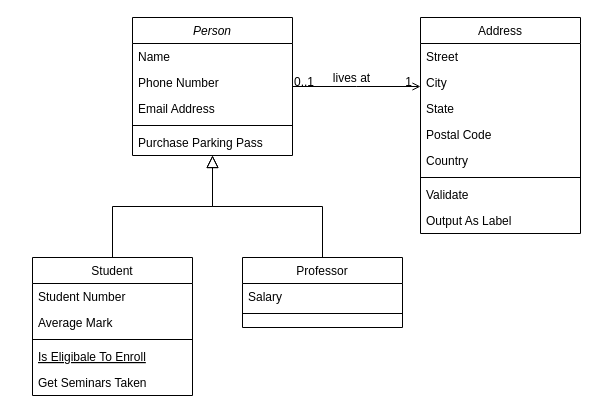
This is vehicle-class.drawio from rahimi/software-engineering, a draw.io file, before an edit. Source tidied: cells renumbered, new cells numbered last; positions are measured from the earlier drawing's top-left corner, leaving out a move shared by most shapes. Both pictures are drawn from the tidied source at 100%, with x=0, y=0 at pixel (32, 17).
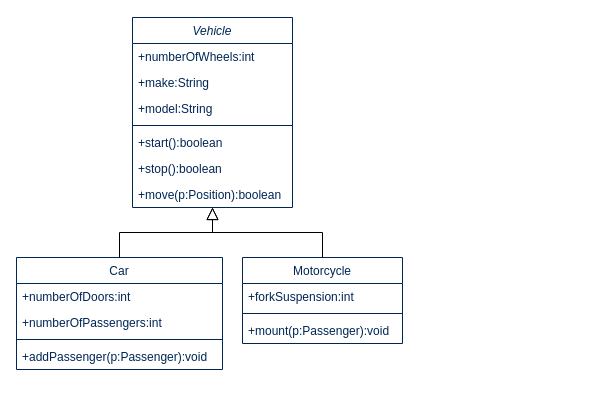
After the change.

Change to the diagram source:
```diff
@@
-    <mxCell id="2" value="Person" style="swimlane;fontStyle=2;align=center;verticalAlign=top;horizontal=1;startSize=26;rounded=0;shadow=0;strokeWidth=1;" parent="1" vertex="1">
-      <mxGeometry x="100" width="160" height="138" as="geometry" />
+    <mxCell id="2" value="Vehicle" style="swimlane;fontStyle=2;align=center;verticalAlign=top;horizontal=1;startSize=26;rounded=0;shadow=0;strokeWidth=1;fontFamily=TitilliumText25L;fontColor=#012656;strokeColor=#012656;" parent="1" vertex="1">
+      <mxGeometry x="100" width="160" height="190" as="geometry" />
     </mxCell>
-    <mxCell id="3" value="Name" style="text;align=left;verticalAlign=top;spacingLeft=4;spacingRight=4;overflow=hidden;" parent="2" vertex="1">
+    <mxCell id="3" value="+numberOfWheels:int" style="text;align=left;verticalAlign=top;spacingLeft=4;spacingRight=4;overflow=hidden;fontFamily=TitilliumText25L;fontColor=#012656;" parent="2" vertex="1">
       <mxGeometry y="26" width="160" height="26" as="geometry" />
     </mxCell>
-    <mxCell id="4" value="Phone Number" style="text;align=left;verticalAlign=top;spacingLeft=4;spacingRight=4;overflow=hidden;rounded=0;shadow=0;html=0;" parent="2" vertex="1">
+    <mxCell id="4" value="+make:String" style="text;align=left;verticalAlign=top;spacingLeft=4;spacingRight=4;overflow=hidden;rounded=0;shadow=0;html=0;fontFamily=TitilliumText25L;fontColor=#012656;" parent="2" vertex="1">
       <mxGeometry y="52" width="160" height="26" as="geometry" />
     </mxCell>
-    <mxCell id="5" value="Email Address" style="text;align=left;verticalAlign=top;spacingLeft=4;spacingRight=4;overflow=hidden;rounded=0;shadow=0;html=0;" parent="2" vertex="1">
+    <mxCell id="5" value="+model:String" style="text;align=left;verticalAlign=top;spacingLeft=4;spacingRight=4;overflow=hidden;rounded=0;shadow=0;html=0;fontFamily=TitilliumText25L;fontColor=#012656;" parent="2" vertex="1">
       <mxGeometry y="78" width="160" height="26" as="geometry" />
     </mxCell>
-    <mxCell id="6" style="line;html=1;strokeWidth=1;align=left;verticalAlign=middle;spacingTop=-1;spacingLeft=3;spacingRight=3;labelPosition=right;" parent="2" vertex="1">
+    <mxCell id="6" style="line;html=1;strokeWidth=1;align=left;verticalAlign=middle;spacingTop=-1;spacingLeft=3;spacingRight=3;labelPosition=right;fontFamily=TitilliumText25L;fontColor=#012656;strokeColor=#012656;" parent="2" vertex="1">
       <mxGeometry y="104" width="160" height="8" as="geometry" />
     </mxCell>
-    <mxCell id="7" value="Purchase Parking Pass" style="text;align=left;verticalAlign=top;spacingLeft=4;spacingRight=4;overflow=hidden;" parent="2" vertex="1">
+    <mxCell id="7" value="+start():boolean" style="text;align=left;verticalAlign=top;spacingLeft=4;spacingRight=4;overflow=hidden;fontFamily=TitilliumText25L;fontColor=#012656;" parent="2" vertex="1">
       <mxGeometry y="112" width="160" height="26" as="geometry" />
     </mxCell>
+    <mxCell id="32" value="+stop():boolean" style="text;align=left;verticalAlign=top;spacingLeft=4;spacingRight=4;overflow=hidden;fontFamily=TitilliumText25L;fontColor=#012656;" parent="2" vertex="1">
+      <mxGeometry y="138" width="160" height="26" as="geometry" />
+    </mxCell>
+    <mxCell id="33" value="+move(p:Position):boolean" style="text;align=left;verticalAlign=top;spacingLeft=4;spacingRight=4;overflow=hidden;fontFamily=TitilliumText25L;fontColor=#012656;" parent="2" vertex="1">
+      <mxGeometry y="164" width="160" height="26" as="geometry" />
+    </mxCell>
-    <mxCell id="8" value="Student" style="swimlane;fontStyle=0;align=center;verticalAlign=top;horizontal=1;startSize=26;rounded=0;shadow=0;strokeWidth=1;" parent="1" vertex="1">
-      <mxGeometry y="240" width="160" height="138" as="geometry" />
+    <mxCell id="8" value="Car" style="swimlane;fontStyle=0;align=center;verticalAlign=top;horizontal=1;startSize=26;rounded=0;shadow=0;strokeWidth=1;fontFamily=TitilliumText25L;fontColor=#012656;strokeColor=#012656;" parent="1" vertex="1">
+      <mxGeometry x="-16" y="240" width="206" height="112" as="geometry" />
     </mxCell>
-    <mxCell id="9" value="Student Number" style="text;align=left;verticalAlign=top;spacingLeft=4;spacingRight=4;overflow=hidden;" parent="8" vertex="1">
-      <mxGeometry y="26" width="160" height="26" as="geometry" />
+    <mxCell id="9" value="+numberOfDoors:int" style="text;align=left;verticalAlign=top;spacingLeft=4;spacingRight=4;overflow=hidden;fontFamily=TitilliumText25L;fontColor=#012656;" parent="8" vertex="1">
+      <mxGeometry y="26" width="206" height="26" as="geometry" />
     </mxCell>
-    <mxCell id="10" value="Average Mark" style="text;align=left;verticalAlign=top;spacingLeft=4;spacingRight=4;overflow=hidden;rounded=0;shadow=0;html=0;" parent="8" vertex="1">
-      <mxGeometry y="52" width="160" height="26" as="geometry" />
+    <mxCell id="10" value="+numberOfPassengers:int" style="text;align=left;verticalAlign=top;spacingLeft=4;spacingRight=4;overflow=hidden;rounded=0;shadow=0;html=0;fontFamily=TitilliumText25L;fontColor=#012656;" parent="8" vertex="1">
+      <mxGeometry y="52" width="206" height="26" as="geometry" />
     </mxCell>
-    <mxCell id="11" style="line;html=1;strokeWidth=1;align=left;verticalAlign=middle;spacingTop=-1;spacingLeft=3;spacingRight=3;labelPosition=right;" parent="8" vertex="1">
-      <mxGeometry y="78" width="160" height="8" as="geometry" />
+    <mxCell id="11" style="line;html=1;strokeWidth=1;align=left;verticalAlign=middle;spacingTop=-1;spacingLeft=3;spacingRight=3;labelPosition=right;fontFamily=TitilliumText25L;fontColor=#012656;strokeColor=#012656;" parent="8" vertex="1">
+      <mxGeometry y="78" width="206" height="8" as="geometry" />
     </mxCell>
-    <mxCell id="12" value="Is Eligibale To Enroll" style="text;align=left;verticalAlign=top;spacingLeft=4;spacingRight=4;overflow=hidden;fontStyle=4;" parent="8" vertex="1">
-      <mxGeometry y="86" width="160" height="26" as="geometry" />
-    </mxCell>
-    <mxCell id="13" value="Get Seminars Taken" style="text;align=left;verticalAlign=top;spacingLeft=4;spacingRight=4;overflow=hidden;" parent="8" vertex="1">
-      <mxGeometry y="112" width="160" height="26" as="geometry" />
+    <mxCell id="13" value="+addPassenger(p:Passenger):void" style="text;align=left;verticalAlign=top;spacingLeft=4;spacingRight=4;overflow=hidden;fontFamily=TitilliumText25L;fontColor=#012656;" parent="8" vertex="1">
+      <mxGeometry y="86" width="206" height="26" as="geometry" />
     </mxCell>
-    <mxCell id="14" style="endArrow=block;endSize=10;endFill=0;shadow=0;strokeWidth=1;rounded=0;edgeStyle=elbowEdgeStyle;elbow=vertical;" parent="1" edge="1" source="8" target="2">
+    <mxCell id="14" style="endArrow=block;endSize=10;endFill=0;shadow=0;strokeWidth=1;rounded=0;edgeStyle=elbowEdgeStyle;elbow=vertical;fontFamily=TitilliumText25L;fontColor=#012656;" parent="1" edge="1" source="8" target="2">
       <mxGeometry relative="1" as="geometry" />
     </mxCell>
-    <mxCell id="15" value="Professor" style="swimlane;fontStyle=0;align=center;verticalAlign=top;horizontal=1;startSize=26;rounded=0;shadow=0;strokeWidth=1;" parent="1" vertex="1">
-      <mxGeometry x="210" y="240" width="160" height="70" as="geometry" />
+    <mxCell id="15" value="Motorcycle" style="swimlane;fontStyle=0;align=center;verticalAlign=top;horizontal=1;startSize=26;rounded=0;shadow=0;strokeWidth=1;fontFamily=TitilliumText25L;fontColor=#012656;strokeColor=#012656;" parent="1" vertex="1">
+      <mxGeometry x="210" y="240" width="160" height="86" as="geometry" />
     </mxCell>
-    <mxCell id="16" value="Salary" style="text;align=left;verticalAlign=top;spacingLeft=4;spacingRight=4;overflow=hidden;" parent="15" vertex="1">
+    <mxCell id="16" value="+forkSuspension:int" style="text;align=left;verticalAlign=top;spacingLeft=4;spacingRight=4;overflow=hidden;fontFamily=TitilliumText25L;fontColor=#012656;" parent="15" vertex="1">
       <mxGeometry y="26" width="160" height="26" as="geometry" />
     </mxCell>
-    <mxCell id="17" style="line;html=1;strokeWidth=1;align=left;verticalAlign=middle;spacingTop=-1;spacingLeft=3;spacingRight=3;labelPosition=right;" parent="15" vertex="1">
+    <mxCell id="17" style="line;html=1;strokeWidth=1;align=left;verticalAlign=middle;spacingTop=-1;spacingLeft=3;spacingRight=3;labelPosition=right;fontFamily=TitilliumText25L;fontColor=#012656;strokeColor=#012656;" parent="15" vertex="1">
       <mxGeometry y="52" width="160" height="8" as="geometry" />
     </mxCell>
+    <mxCell id="34" value="+mount(p:Passenger):void" style="text;align=left;verticalAlign=top;spacingLeft=4;spacingRight=4;overflow=hidden;fontFamily=TitilliumText25L;fontColor=#012656;" parent="15" vertex="1">
+      <mxGeometry y="60" width="160" height="26" as="geometry" />
+    </mxCell>
-    <mxCell id="18" style="endArrow=block;endSize=10;endFill=0;shadow=0;strokeWidth=1;rounded=0;edgeStyle=elbowEdgeStyle;elbow=vertical;" parent="1" edge="1" source="15" target="2">
+    <mxCell id="18" style="endArrow=block;endSize=10;endFill=0;shadow=0;strokeWidth=1;rounded=0;edgeStyle=elbowEdgeStyle;elbow=vertical;fontFamily=TitilliumText25L;fontColor=#012656;" parent="1" edge="1" source="15" target="2">
       <mxGeometry relative="1" as="geometry" />
     </mxCell>
-    <mxCell id="19" value="Address" style="swimlane;fontStyle=0;align=center;verticalAlign=top;horizontal=1;startSize=26;rounded=0;shadow=0;strokeWidth=1;" parent="1" vertex="1">
-      <mxGeometry x="388" width="160" height="216" as="geometry" />
-    </mxCell>
-    <mxCell id="20" value="Street" style="text;align=left;verticalAlign=top;spacingLeft=4;spacingRight=4;overflow=hidden;" parent="19" vertex="1">
-      <mxGeometry y="26" width="160" height="26" as="geometry" />
-    </mxCell>
-    <mxCell id="21" value="City" style="text;align=left;verticalAlign=top;spacingLeft=4;spacingRight=4;overflow=hidden;rounded=0;shadow=0;html=0;" parent="19" vertex="1">
-      <mxGeometry y="52" width="160" height="26" as="geometry" />
-    </mxCell>
-    <mxCell id="22" value="State" style="text;align=left;verticalAlign=top;spacingLeft=4;spacingRight=4;overflow=hidden;rounded=0;shadow=0;html=0;" parent="19" vertex="1">
-      <mxGeometry y="78" width="160" height="26" as="geometry" />
-    </mxCell>
-    <mxCell id="23" value="Postal Code" style="text;align=left;verticalAlign=top;spacingLeft=4;spacingRight=4;overflow=hidden;rounded=0;shadow=0;html=0;" parent="19" vertex="1">
-      <mxGeometry y="104" width="160" height="26" as="geometry" />
-    </mxCell>
-    <mxCell id="24" value="Country" style="text;align=left;verticalAlign=top;spacingLeft=4;spacingRight=4;overflow=hidden;rounded=0;shadow=0;html=0;" parent="19" vertex="1">
-      <mxGeometry y="130" width="160" height="26" as="geometry" />
-    </mxCell>
-    <mxCell id="25" style="line;html=1;strokeWidth=1;align=left;verticalAlign=middle;spacingTop=-1;spacingLeft=3;spacingRight=3;labelPosition=right;" parent="19" vertex="1">
-      <mxGeometry y="156" width="160" height="8" as="geometry" />
-    </mxCell>
-    <mxCell id="26" value="Validate" style="text;align=left;verticalAlign=top;spacingLeft=4;spacingRight=4;overflow=hidden;" parent="19" vertex="1">
-      <mxGeometry y="164" width="160" height="26" as="geometry" />
-    </mxCell>
-    <mxCell id="27" value="Output As Label" style="text;align=left;verticalAlign=top;spacingLeft=4;spacingRight=4;overflow=hidden;" parent="19" vertex="1">
-      <mxGeometry y="190" width="160" height="26" as="geometry" />
-    </mxCell>
-    <mxCell id="28" style="endArrow=open;shadow=0;strokeWidth=1;rounded=0;endFill=1;edgeStyle=elbowEdgeStyle;elbow=vertical;" parent="1" edge="1" source="2" target="19">
-      <mxGeometry x="0.5" y="41" relative="1" as="geometry">
-        <mxPoint x="-40" y="32" as="offset" />
-      </mxGeometry>
-    </mxCell>
-    <mxCell id="29" value="0..1" style="align=left;verticalAlign=bottom;labelBackgroundColor=none;fontSize=12;" parent="28" vertex="1">
-      <mxGeometry x="-1" relative="1" as="geometry">
-        <mxPoint y="4" as="offset" />
-      </mxGeometry>
-    </mxCell>
-    <mxCell id="30" value="1" style="align=right;verticalAlign=bottom;labelBackgroundColor=none;fontSize=12;" parent="28" vertex="1">
-      <mxGeometry x="1" relative="1" as="geometry">
-        <mxPoint x="-7" y="4" as="offset" />
-      </mxGeometry>
-    </mxCell>
-    <mxCell id="31" value="lives at" style="text;html=1;align=center;verticalAlign=middle;labelBackgroundColor=none;rounded=0;shadow=0;strokeWidth=1;fontSize=12;" parent="28" vertex="1">
-      <mxGeometry x="0.5" y="49" relative="1" as="geometry">
-        <mxPoint x="-38" y="40" as="offset" />
-      </mxGeometry>
-    </mxCell>
```
